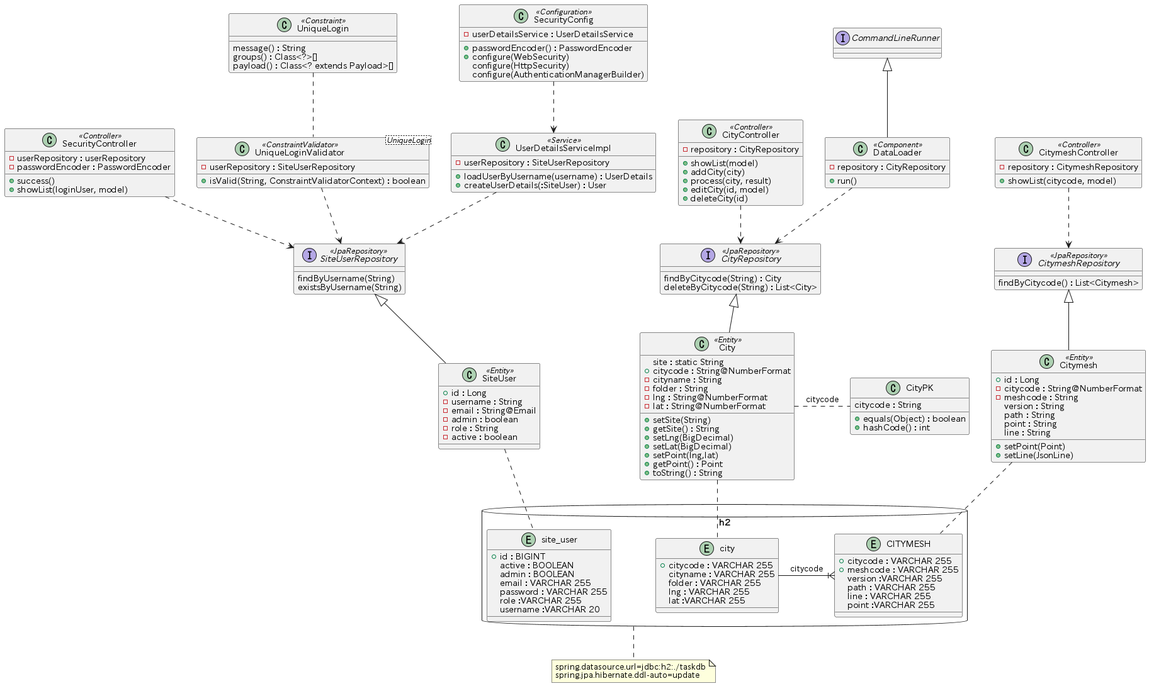
This is class.png from yuuhayashi/task-bldg, a PlantUML export, as it was before one commit.
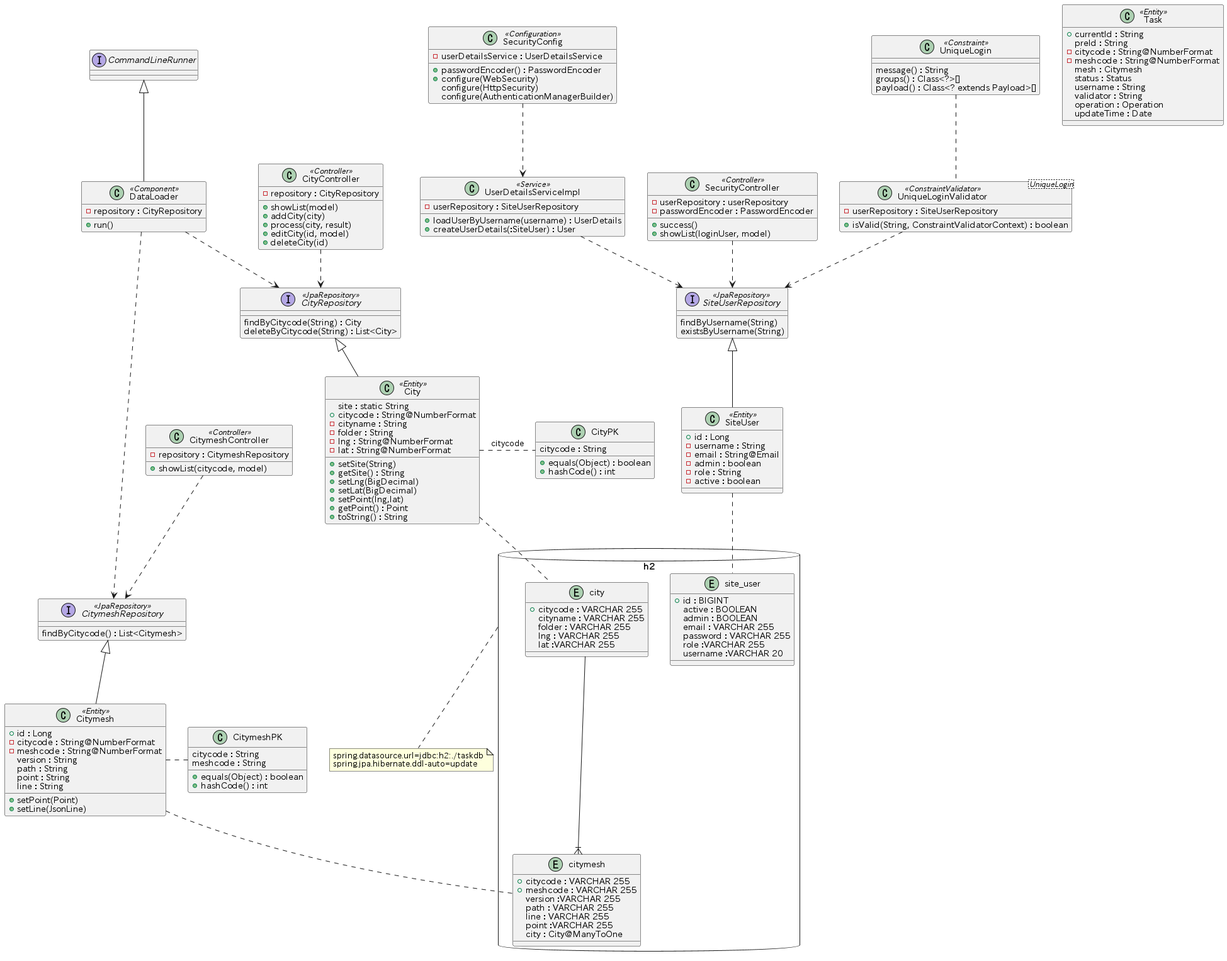
After the commit.

Diff of the diagram source:
```diff
@@ -19,15 +19,16 @@
 		username :VARCHAR 20
 	}
 
-	entity CITYMESH {
+	entity citymesh {
 		+ citycode : VARCHAR 255
 		+ meshcode : VARCHAR 255
 		version :VARCHAR 255
 		path : VARCHAR 255
 		line : VARCHAR 255
 		point :VARCHAR 255
+		city : City@ManyToOne
 	}
-	CITYMESH }|- city : citycode
+	city --|{ citymesh
 }
 note bottom of db : spring.datasource.url=jdbc:h2:./taskdb\nspring.jpa.hibernate.ddl-auto=update
 
@@ -138,7 +139,7 @@
 class Citymesh <<Entity>> {
   + id : Long
   - citycode : String@NumberFormat
-  - meshcode : String
+  - meshcode : String@NumberFormat
   version : String
   path : String
   point : String
@@ -146,7 +147,27 @@
   + setPoint(Point)
   + setLine(JsonLine)
 }
-Citymesh .. CITYMESH
+Citymesh .. citymesh
+Citymesh . CitymeshPK
+class CitymeshPK {
+	citycode : String
+	meshcode : String
+	+ equals(Object) : boolean
+	+ hashCode() : int
+}
+
+class Task <<Entity>> {
+  + currentId : String
+  preId : String
+  - citycode : String@NumberFormat
+  - meshcode : String@NumberFormat
+  mesh : Citymesh
+  status : Status
+  username : String
+  validator : String
+  operation : Operation
+  updateTime : Date
+}
 
 interface CommandLineRunner
 
@@ -155,6 +176,7 @@
   + run()
 }
 DataLoader ..> CityRepository
+DataLoader ..> CitymeshRepository
 
 CommandLineRunner <|-- DataLoader
 
```
